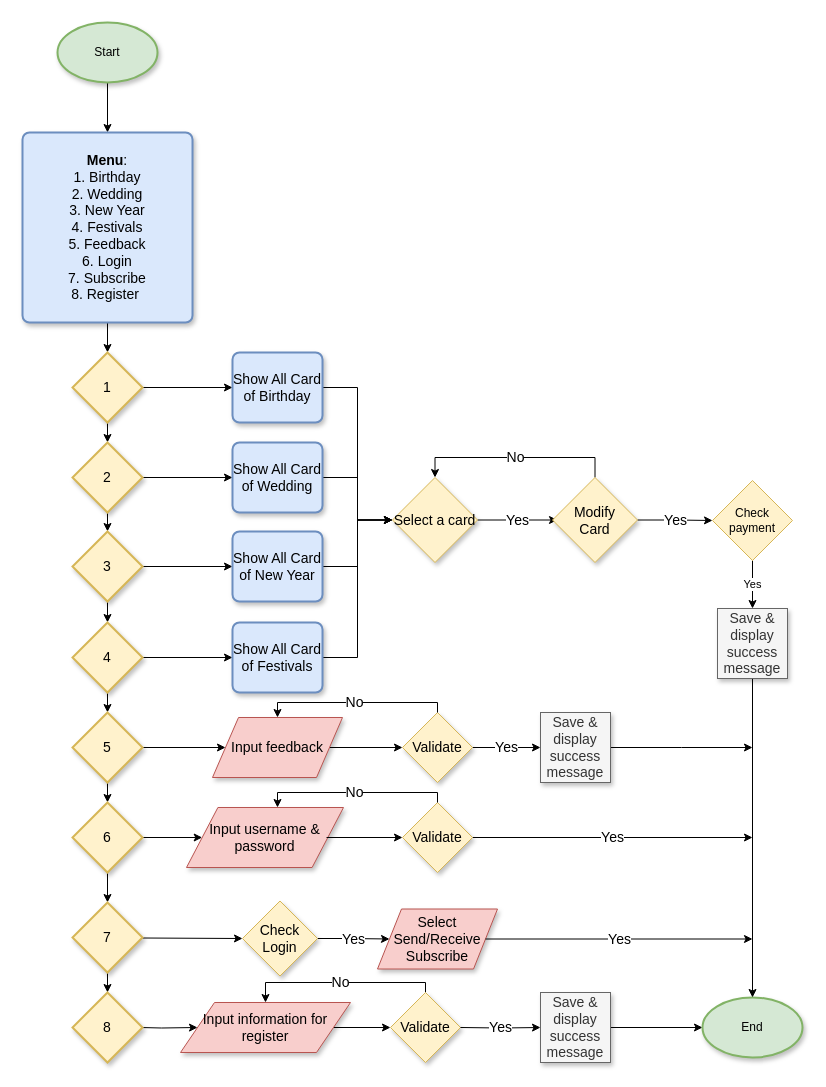
Earlier version of the draw.io diagram page "Flowcharts-User" (6 of 9) of e-Greeting.drawio (duyphuong403/E-Greeting). Source tidied: cells renumbered, new cells numbered last; positions are measured from the earlier drawing's top-left corner, leaving out a move shared by most shapes. Both pictures are drawn from the tidied source at 100%, with x=0, y=0 at pixel (22, 22).
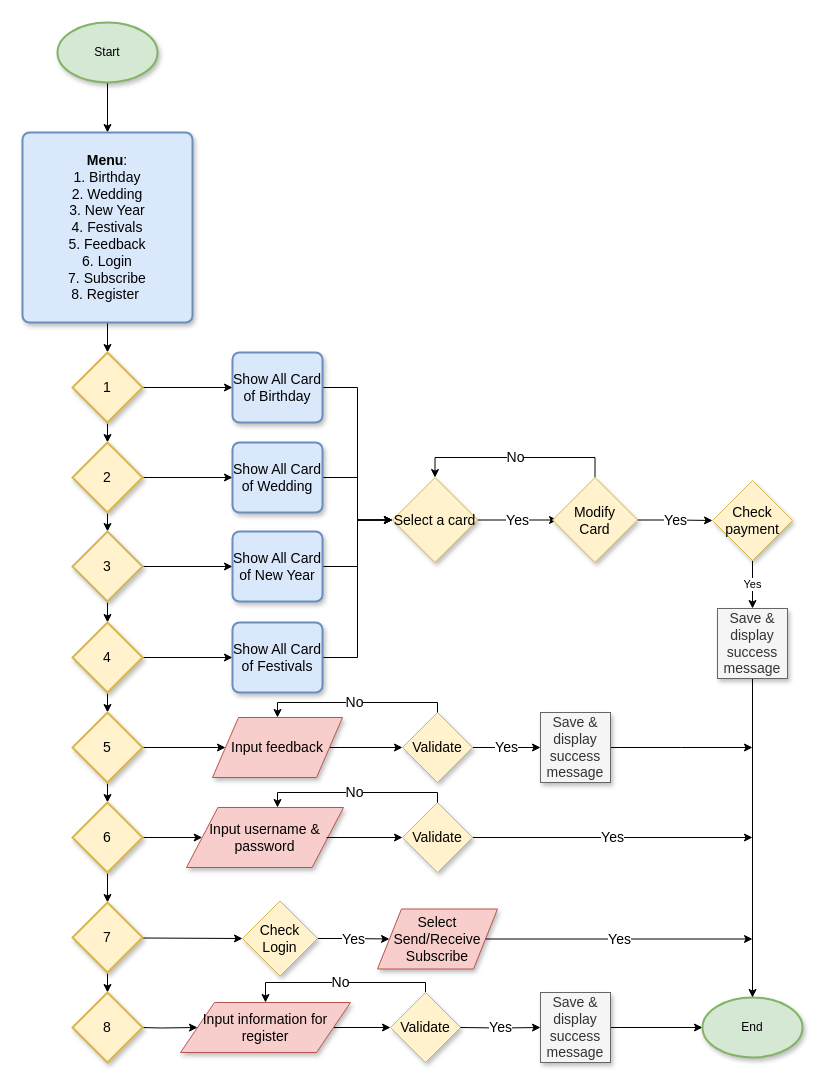
The same diagram, later.

The edit, as a diff of the source:
```diff
@@
-    <mxCell id="69" value="Check payment" style="rhombus;whiteSpace=wrap;html=1;fillColor=#fff2cc;strokeColor=#d6b656;" parent="1" vertex="1">
+    <mxCell id="69" value="&lt;font style=&quot;font-size: 14px&quot;&gt;Check payment&lt;/font&gt;" style="rhombus;whiteSpace=wrap;html=1;fillColor=#fff2cc;strokeColor=#d6b656;shadow=1;" parent="1" vertex="1">
       <mxGeometry x="690" y="458" width="80" height="80" as="geometry" />
     </mxCell>
```
